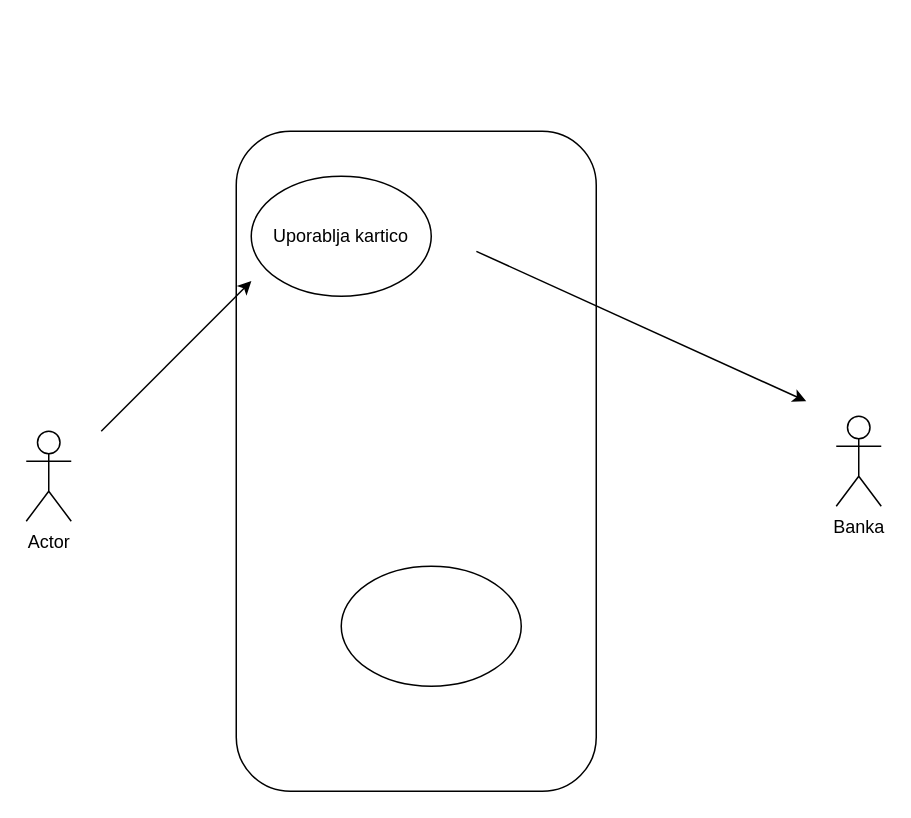
Before: Untitled Diagram.drawio in ErnestISv/Lovstvo, a draw.io diagram. Source tidied: cells renumbered, new cells numbered last; positions are measured from the earlier drawing's top-left corner, leaving out a move shared by most shapes. Both pictures are drawn from the tidied source at 150%, with x=0, y=0 at pixel (26, 176).
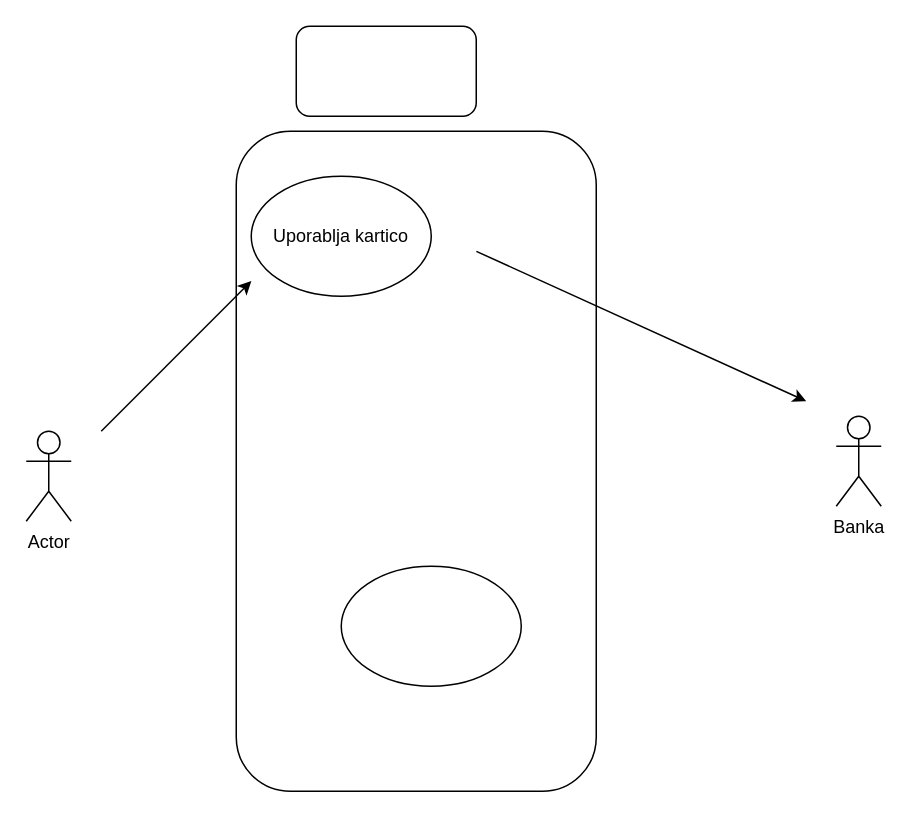
The same diagram, later.

The edit, as a diff of the source:
```diff
@@
 <mxGraphModel>
   <root>
     <mxCell id="0" />
     <mxCell id="1" parent="0" />
     <mxCell id="2" value="Actor" style="shape=umlActor;verticalLabelPosition=bottom;verticalAlign=top;html=1;" parent="1" vertex="1">
       <mxGeometry y="170" width="30" height="60" as="geometry" />
     </mxCell>
     <mxCell id="3" style="rounded=1;whiteSpace=wrap;html=1;rotation=-90;" parent="1" vertex="1">
       <mxGeometry x="40" y="70" width="440" height="240" as="geometry" />
     </mxCell>
     <mxCell id="4" value="Uporablja kartico" style="ellipse;whiteSpace=wrap;html=1;" parent="1" vertex="1">
       <mxGeometry x="150" width="120" height="80" as="geometry" />
     </mxCell>
     <mxCell id="5" value="Banka" style="shape=umlActor;verticalLabelPosition=bottom;verticalAlign=top;html=1;" parent="1" vertex="1">
       <mxGeometry x="540" y="160" width="30" height="60" as="geometry" />
     </mxCell>
     <mxCell id="6" style="endArrow=classic;html=1;rounded=0;entryX=0.773;entryY=0.042;entryDx=0;entryDy=0;entryPerimeter=0;" parent="1" edge="1" target="3">
       <mxGeometry relative="1" as="geometry">
         <mxPoint x="50" y="170" as="sourcePoint" />
       </mxGeometry>
     </mxCell>
     <mxCell id="7" style="endArrow=classic;html=1;rounded=0;entryX=0.773;entryY=0.042;entryDx=0;entryDy=0;entryPerimeter=0;exitX=0.818;exitY=0.667;exitDx=0;exitDy=0;exitPerimeter=0;" parent="1" edge="1" source="3">
       <mxGeometry relative="1" as="geometry">
         <mxPoint x="520" y="150" as="targetPoint" />
       </mxGeometry>
     </mxCell>
     <mxCell id="8" style="ellipse;whiteSpace=wrap;html=1;" parent="1" vertex="1">
       <mxGeometry x="210" y="260" width="120" height="80" as="geometry" />
     </mxCell>
+    <mxCell id="9" style="rounded=1;whiteSpace=wrap;html=1;" parent="1" vertex="1">
+      <mxGeometry x="180" y="-100" width="120" height="60" as="geometry" />
+    </mxCell>
   </root>
 </mxGraphModel>
```
